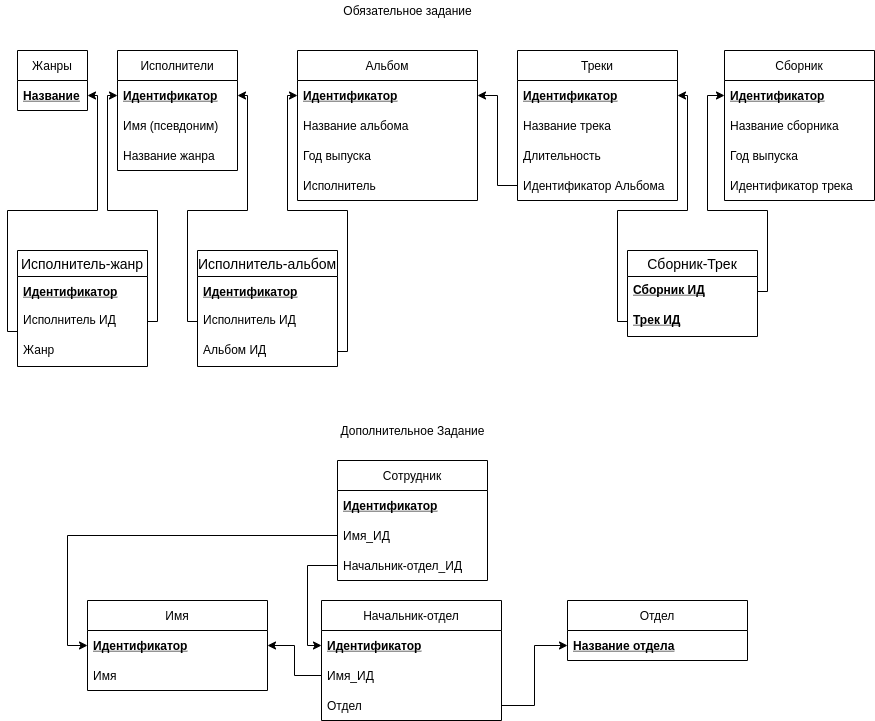
The draw.io diagram design/lesson3 - task1.png in Bodrian/py-homeworks-db, before a commit. Source tidied: cells renumbered, new cells last; positions are measured from the earlier drawing's top-left corner, leaving out a move shared by most shapes.
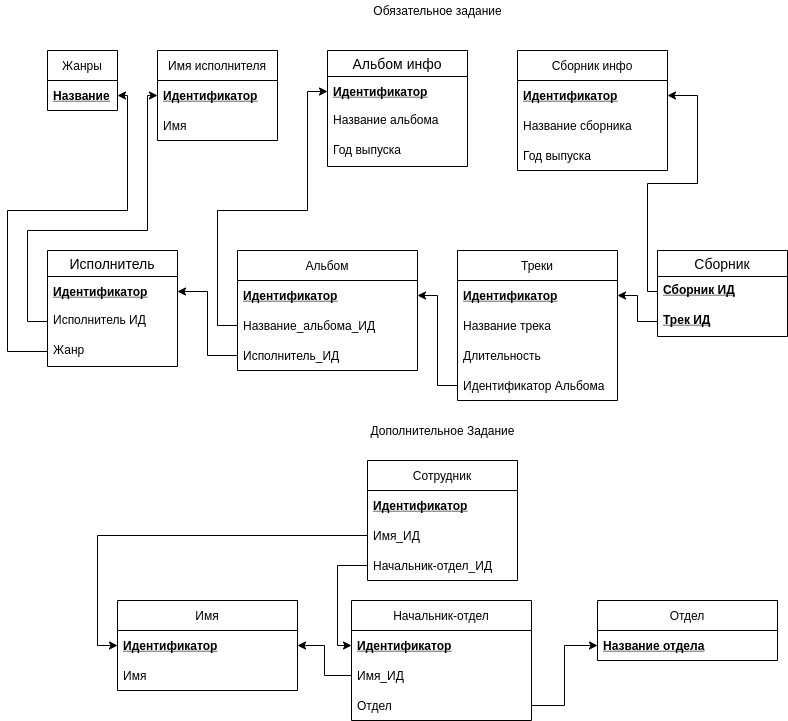
Above is the later version.

Commit message:
ver.3 схема

Исправил ошибки

The edit, as a diff of the source:
```diff
@@ -5,35 +5,29 @@
     <mxCell id="2" value="Обязательное задание" style="text;html=1;align=center;verticalAlign=middle;strokeColor=none;fillColor=none;" parent="1" vertex="1">
       <mxGeometry x="330" width="140" height="20" as="geometry" />
     </mxCell>
-    <mxCell id="3" value="Исполнители" style="swimlane;fontStyle=0;horizontal=1;startSize=30;" parent="1" vertex="1">
-      <mxGeometry x="110" y="50" width="120" height="120" as="geometry" />
+    <mxCell id="3" value="Имя исполнителя" style="swimlane;fontStyle=0;horizontal=1;startSize=30;" parent="1" vertex="1">
+      <mxGeometry x="120" y="50" width="120" height="90" as="geometry" />
     </mxCell>
     <mxCell id="4" value="Идентификатор" style="text;strokeColor=none;fillColor=none;align=left;verticalAlign=middle;spacingLeft=4;spacingRight=4;overflow=hidden;points=[[0,0.5],[1,0.5]];portConstraint=eastwest;rounded=0;glass=0;shadow=0;fontStyle=5;" parent="3" vertex="1">
       <mxGeometry y="30" width="120" height="30" as="geometry" />
     </mxCell>
-    <mxCell id="5" value="Имя (псевдоним)" style="text;strokeColor=none;fillColor=none;align=left;verticalAlign=middle;spacingLeft=4;spacingRight=4;overflow=hidden;" parent="3" vertex="1">
+    <mxCell id="5" value="Имя" style="text;strokeColor=none;fillColor=none;align=left;verticalAlign=middle;spacingLeft=4;spacingRight=4;overflow=hidden;" parent="3" vertex="1">
       <mxGeometry y="60" width="120" height="30" as="geometry" />
     </mxCell>
-    <mxCell id="6" value="Название жанра" style="text;strokeColor=none;fillColor=none;align=left;verticalAlign=middle;spacingLeft=4;spacingRight=4;overflow=hidden;" parent="3" vertex="1">
-      <mxGeometry y="90" width="120" height="30" as="geometry" />
-    </mxCell>
     <mxCell id="7" value="Альбом" style="swimlane;fontStyle=0;horizontal=1;startSize=30;direction=east;" parent="1" vertex="1">
-      <mxGeometry x="290" y="50" width="180" height="150" as="geometry" />
+      <mxGeometry x="200" y="250" width="180" height="120" as="geometry" />
     </mxCell>
     <mxCell id="8" value="Идентификатор" style="text;strokeColor=none;fillColor=none;align=left;verticalAlign=middle;spacingLeft=4;spacingRight=4;overflow=hidden;points=[[0,0.5],[1,0.5]];portConstraint=eastwest;fontStyle=5;" parent="7" vertex="1">
       <mxGeometry y="30" width="180" height="30" as="geometry" />
     </mxCell>
-    <mxCell id="9" value="Название альбома" style="text;strokeColor=none;fillColor=none;align=left;verticalAlign=middle;spacingLeft=4;spacingRight=4;overflow=hidden;points=[[0,0.5],[1,0.5]];portConstraint=eastwest;" parent="7" vertex="1">
+    <mxCell id="9" value="Название_альбома_ИД" style="text;strokeColor=none;fillColor=none;align=left;verticalAlign=middle;spacingLeft=4;spacingRight=4;overflow=hidden;points=[[0,0.5],[1,0.5]];portConstraint=eastwest;" parent="7" vertex="1">
       <mxGeometry y="60" width="180" height="30" as="geometry" />
     </mxCell>
-    <mxCell id="10" value="Год выпуска" style="text;strokeColor=none;fillColor=none;align=left;verticalAlign=middle;spacingLeft=4;spacingRight=4;overflow=hidden;" parent="7" vertex="1">
-      <mxGeometry y="90" width="180" height="30" as="geometry" />
-    </mxCell>
-    <mxCell id="11" value="Исполнитель" style="text;strokeColor=none;fillColor=none;align=left;verticalAlign=middle;spacingLeft=4;spacingRight=4;overflow=hidden;points=[[0,0.5],[1,0.5]];portConstraint=eastwest;" parent="7" vertex="1">
-      <mxGeometry y="120" width="180" height="30" as="geometry" />
+    <mxCell id="11" value="Исполнитель_ИД" style="text;strokeColor=none;fillColor=none;align=left;verticalAlign=middle;spacingLeft=4;spacingRight=4;overflow=hidden;points=[[0,0.5],[1,0.5]];portConstraint=eastwest;" parent="7" vertex="1">
+      <mxGeometry y="90" width="180" height="30" as="geometry" />
     </mxCell>
     <mxCell id="12" value="Треки" style="swimlane;fontStyle=0;horizontal=1;startSize=30;" parent="1" vertex="1">
-      <mxGeometry x="510" y="50" width="160" height="150" as="geometry" />
+      <mxGeometry x="420" y="250" width="160" height="150" as="geometry" />
     </mxCell>
     <mxCell id="13" value="Идентификатор" style="text;strokeColor=none;fillColor=none;align=left;verticalAlign=middle;spacingLeft=4;spacingRight=4;overflow=hidden;points=[[0,0.5],[1,0.5]];portConstraint=eastwest;fontStyle=5;" parent="12" vertex="1">
       <mxGeometry y="30" width="160" height="30" as="geometry" />
@@ -53,8 +47,8 @@
     <mxCell id="18" value="Название" style="text;strokeColor=none;fillColor=none;align=left;verticalAlign=middle;spacingLeft=4;spacingRight=4;overflow=hidden;points=[[0,0.5],[1,0.5]];portConstraint=eastwest;fontStyle=5;" parent="17" vertex="1">
       <mxGeometry y="30" width="70" height="30" as="geometry" />
     </mxCell>
-    <mxCell id="19" value="Сборник" style="swimlane;fontStyle=0;horizontal=1;startSize=30;" parent="1" vertex="1">
-      <mxGeometry x="717" y="50" width="150" height="150" as="geometry" />
+    <mxCell id="19" value="Сборник инфо" style="swimlane;fontStyle=0;horizontal=1;startSize=30;" parent="1" vertex="1">
+      <mxGeometry x="480" y="50" width="150" height="120" as="geometry" />
     </mxCell>
     <mxCell id="20" value="Идентификатор" style="text;strokeColor=none;fillColor=none;align=left;verticalAlign=middle;spacingLeft=4;spacingRight=4;overflow=hidden;points=[[0,0.5],[1,0.5]];portConstraint=eastwest;fontStyle=5;" parent="19" vertex="1">
       <mxGeometry y="30" width="150" height="30" as="geometry" />
@@ -65,10 +59,7 @@
     <mxCell id="22" value="Год выпуска" style="text;strokeColor=none;fillColor=none;align=left;verticalAlign=middle;spacingLeft=4;spacingRight=4;overflow=hidden;" parent="19" vertex="1">
       <mxGeometry y="90" width="150" height="30" as="geometry" />
     </mxCell>
-    <mxCell id="23" value="Идентификатор трека" style="text;strokeColor=none;fillColor=none;align=left;verticalAlign=middle;spacingLeft=4;spacingRight=4;overflow=hidden;" parent="19" vertex="1">
-      <mxGeometry y="120" width="150" height="30" as="geometry" />
-    </mxCell>
-    <mxCell id="24" value="Исполнитель-жанр" style="swimlane;fontStyle=0;horizontal=1;startSize=26;align=center;fontSize=14;" parent="1" vertex="1">
+    <mxCell id="24" value="Исполнитель" style="swimlane;fontStyle=0;horizontal=1;startSize=26;align=center;fontSize=14;" parent="1" vertex="1">
       <mxGeometry x="10" y="250" width="130" height="116" as="geometry" />
     </mxCell>
     <mxCell id="25" value="Идентификатор" style="text;strokeColor=none;fillColor=none;align=left;verticalAlign=middle;spacingLeft=4;spacingRight=4;overflow=hidden;points=[[0,0.5],[1,0.5]];portConstraint=eastwest;rounded=0;glass=0;shadow=0;fontStyle=5;" parent="24" vertex="1">
@@ -80,63 +71,29 @@
     <mxCell id="27" value="Жанр" style="text;strokeColor=none;fillColor=none;spacingLeft=4;spacingRight=4;overflow=hidden;points=[[0,0.5],[1,0.5]];portConstraint=eastwest;fontSize=12;" parent="24" vertex="1">
       <mxGeometry y="86" width="130" height="30" as="geometry" />
     </mxCell>
-    <mxCell id="28" style="edgeStyle=orthogonalEdgeStyle;rounded=0;jettySize=auto;html=1;exitX=1;exitY=0.5;exitDx=0;exitDy=0;entryX=0;entryY=0.5;entryDx=0;entryDy=0;" parent="1" edge="1" source="26" target="4">
-      <mxGeometry relative="1" as="geometry">
-        <Array as="points">
-          <mxPoint x="150" y="321" />
-          <mxPoint x="150" y="210" />
-          <mxPoint x="100" y="210" />
-          <mxPoint x="100" y="95" />
-        </Array>
-      </mxGeometry>
-    </mxCell>
     <mxCell id="29" style="edgeStyle=orthogonalEdgeStyle;rounded=0;jettySize=auto;html=1;exitX=0;exitY=0.5;exitDx=0;exitDy=0;entryX=1;entryY=0.5;entryDx=0;entryDy=0;" parent="1" edge="1" source="27" target="18">
       <mxGeometry relative="1" as="geometry">
         <Array as="points">
-          <mxPoint x="10" y="331" />
-          <mxPoint y="331" />
-          <mxPoint y="210" />
+          <mxPoint x="-30" y="351" />
+          <mxPoint x="-30" y="210" />
           <mxPoint x="90" y="210" />
           <mxPoint x="90" y="95" />
         </Array>
       </mxGeometry>
     </mxCell>
-    <mxCell id="30" value="Исполнитель-альбом" style="swimlane;fontStyle=0;horizontal=1;startSize=26;align=center;fontSize=14;" parent="1" vertex="1">
-      <mxGeometry x="190" y="250" width="140" height="116" as="geometry" />
+    <mxCell id="30" value="Альбом инфо" style="swimlane;fontStyle=0;horizontal=1;startSize=26;align=center;fontSize=14;" parent="1" vertex="1">
+      <mxGeometry x="290" y="50" width="140" height="116" as="geometry" />
     </mxCell>
     <mxCell id="31" value="Идентификатор" style="text;strokeColor=none;fillColor=none;align=left;verticalAlign=middle;spacingLeft=4;spacingRight=4;overflow=hidden;points=[[0,0.5],[1,0.5]];portConstraint=eastwest;rounded=0;glass=0;shadow=0;fontStyle=5;" parent="30" vertex="1">
       <mxGeometry y="26" width="140" height="30" as="geometry" />
     </mxCell>
-    <mxCell id="32" value="Исполнитель ИД" style="text;strokeColor=none;fillColor=none;spacingLeft=4;spacingRight=4;overflow=hidden;points=[[0,0.5],[1,0.5]];portConstraint=eastwest;fontSize=12;" parent="30" vertex="1">
-      <mxGeometry y="56" width="140" height="30" as="geometry" />
-    </mxCell>
-    <mxCell id="33" value="Альбом ИД" style="text;strokeColor=none;fillColor=none;spacingLeft=4;spacingRight=4;overflow=hidden;points=[[0,0.5],[1,0.5]];portConstraint=eastwest;fontSize=12;" parent="30" vertex="1">
-      <mxGeometry y="86" width="140" height="30" as="geometry" />
+    <mxCell id="33" value="Название альбома" style="text;strokeColor=none;fillColor=none;spacingLeft=4;spacingRight=4;overflow=hidden;points=[[0,0.5],[1,0.5]];portConstraint=eastwest;fontSize=12;" parent="30" vertex="1">
+      <mxGeometry y="56" width="140" height="30" as="geometry" />
     </mxCell>
-    <mxCell id="34" style="edgeStyle=orthogonalEdgeStyle;rounded=0;jettySize=auto;html=1;exitX=0;exitY=0.5;exitDx=0;exitDy=0;entryX=1;entryY=0.5;entryDx=0;entryDy=0;" parent="1" edge="1" source="32" target="4">
-      <mxGeometry relative="1" as="geometry">
-        <Array as="points">
-          <mxPoint x="180" y="321" />
-          <mxPoint x="180" y="210" />
-          <mxPoint x="240" y="210" />
-          <mxPoint x="240" y="95" />
-        </Array>
-      </mxGeometry>
-    </mxCell>
-    <mxCell id="35" style="edgeStyle=orthogonalEdgeStyle;rounded=0;jettySize=auto;html=1;exitX=1;exitY=0.5;exitDx=0;exitDy=0;entryX=0;entryY=0.5;entryDx=0;entryDy=0;" parent="1" edge="1" source="33" target="8">
-      <mxGeometry relative="1" as="geometry">
-        <Array as="points">
-          <mxPoint x="340" y="351" />
-          <mxPoint x="340" y="210" />
-          <mxPoint x="280" y="210" />
-          <mxPoint x="280" y="95" />
-        </Array>
-      </mxGeometry>
-    </mxCell>
-    <mxCell id="36" style="edgeStyle=orthogonalEdgeStyle;rounded=0;jettySize=auto;html=1;exitX=0;exitY=0.5;exitDx=0;exitDy=0;entryX=1;entryY=0.5;entryDx=0;entryDy=0;" parent="1" edge="1" source="16" target="8">
-      <mxGeometry relative="1" as="geometry" />
-    </mxCell>
+    <mxCell id="10" value="Год выпуска" style="text;strokeColor=none;fillColor=none;spacingLeft=4;spacingRight=4;overflow=hidden;fontSize=12;" parent="30" vertex="1">
+      <mxGeometry y="86" width="140" height="30" as="geometry" />
+    </mxCell>
-    <mxCell id="37" value="Сборник-Трек" style="swimlane;fontStyle=0;horizontal=1;startSize=26;align=center;fontSize=14;" parent="1" vertex="1">
+    <mxCell id="37" value="Сборник" style="swimlane;fontStyle=0;horizontal=1;startSize=26;align=center;fontSize=14;" parent="1" vertex="1">
       <mxGeometry x="620" y="250" width="130" height="86" as="geometry" />
     </mxCell>
     <mxCell id="38" value="Сборник ИД" style="text;strokeColor=none;fillColor=none;spacingLeft=4;spacingRight=4;overflow=hidden;points=[[0,0.5],[1,0.5]];portConstraint=eastwest;fontSize=12;fontStyle=5;" parent="37" vertex="1">
@@ -145,26 +102,6 @@
     <mxCell id="39" value="Трек ИД" style="text;strokeColor=none;fillColor=none;spacingLeft=4;spacingRight=4;overflow=hidden;points=[[0,0.5],[1,0.5]];portConstraint=eastwest;fontSize=12;fontStyle=5;" parent="37" vertex="1">
       <mxGeometry y="56" width="130" height="30" as="geometry" />
     </mxCell>
-    <mxCell id="40" style="edgeStyle=orthogonalEdgeStyle;rounded=0;jettySize=auto;html=1;exitX=0;exitY=0.5;exitDx=0;exitDy=0;entryX=1;entryY=0.5;entryDx=0;entryDy=0;" parent="1" edge="1" source="39" target="13">
-      <mxGeometry relative="1" as="geometry">
-        <Array as="points">
-          <mxPoint x="610" y="321" />
-          <mxPoint x="610" y="210" />
-          <mxPoint x="680" y="210" />
-          <mxPoint x="680" y="95" />
-        </Array>
-      </mxGeometry>
-    </mxCell>
-    <mxCell id="41" style="edgeStyle=orthogonalEdgeStyle;rounded=0;jettySize=auto;html=1;exitX=1;exitY=0.5;exitDx=0;exitDy=0;entryX=0;entryY=0.5;entryDx=0;entryDy=0;" parent="1" edge="1" source="38" target="20">
-      <mxGeometry relative="1" as="geometry">
-        <Array as="points">
-          <mxPoint x="760" y="291" />
-          <mxPoint x="760" y="210" />
-          <mxPoint x="700" y="210" />
-          <mxPoint x="700" y="95" />
-        </Array>
-      </mxGeometry>
-    </mxCell>
     <mxCell id="42" value="Дополнительное Задание" style="text;html=1;align=center;verticalAlign=middle;strokeColor=none;fillColor=none;" parent="1" vertex="1">
       <mxGeometry x="325" y="420" width="160" height="20" as="geometry" />
     </mxCell>
@@ -224,5 +161,44 @@
         </Array>
       </mxGeometry>
     </mxCell>
+    <mxCell id="28" style="edgeStyle=orthogonalEdgeStyle;rounded=0;jettySize=auto;html=1;exitX=0;exitY=0.5;exitDx=0;exitDy=0;entryX=0;entryY=0.5;entryDx=0;entryDy=0;" parent="1" edge="1" source="26" target="4">
+      <mxGeometry relative="1" as="geometry">
+        <Array as="points">
+          <mxPoint x="-10" y="321" />
+          <mxPoint x="-10" y="230" />
+          <mxPoint x="110" y="230" />
+          <mxPoint x="110" y="95" />
+        </Array>
+      </mxGeometry>
+    </mxCell>
+    <mxCell id="60" style="edgeStyle=orthogonalEdgeStyle;rounded=0;jettySize=auto;html=1;exitX=0;exitY=0.5;exitDx=0;exitDy=0;entryX=1;entryY=0.5;entryDx=0;entryDy=0;" parent="1" edge="1" source="11" target="25">
+      <mxGeometry relative="1" as="geometry" />
+    </mxCell>
+    <mxCell id="61" style="edgeStyle=orthogonalEdgeStyle;rounded=0;jettySize=auto;html=1;exitX=0;exitY=0.5;exitDx=0;exitDy=0;entryX=0;entryY=0.5;entryDx=0;entryDy=0;" parent="1" edge="1" source="9" target="31">
+      <mxGeometry relative="1" as="geometry">
+        <Array as="points">
+          <mxPoint x="180" y="325" />
+          <mxPoint x="180" y="210" />
+          <mxPoint x="270" y="210" />
+          <mxPoint x="270" y="91" />
+        </Array>
+      </mxGeometry>
+    </mxCell>
+    <mxCell id="36" style="edgeStyle=orthogonalEdgeStyle;rounded=0;jettySize=auto;html=1;exitX=0;exitY=0.5;exitDx=0;exitDy=0;entryX=1;entryY=0.5;entryDx=0;entryDy=0;" parent="1" edge="1" source="16" target="8">
+      <mxGeometry relative="1" as="geometry" />
+    </mxCell>
+    <mxCell id="40" style="edgeStyle=orthogonalEdgeStyle;rounded=0;jettySize=auto;html=1;exitX=0;exitY=0.5;exitDx=0;exitDy=0;entryX=1;entryY=0.5;entryDx=0;entryDy=0;" parent="1" edge="1" source="39" target="13">
+      <mxGeometry relative="1" as="geometry" />
+    </mxCell>
+    <mxCell id="41" style="edgeStyle=orthogonalEdgeStyle;rounded=0;jettySize=auto;html=1;exitX=0;exitY=0.5;exitDx=0;exitDy=0;entryX=1;entryY=0.5;entryDx=0;entryDy=0;" parent="1" edge="1" source="38" target="20">
+      <mxGeometry relative="1" as="geometry">
+        <Array as="points">
+          <mxPoint x="610" y="291" />
+          <mxPoint x="610" y="183" />
+          <mxPoint x="660" y="183" />
+          <mxPoint x="660" y="95" />
+        </Array>
+      </mxGeometry>
+    </mxCell>
   </root>
 </mxGraphModel>
```
